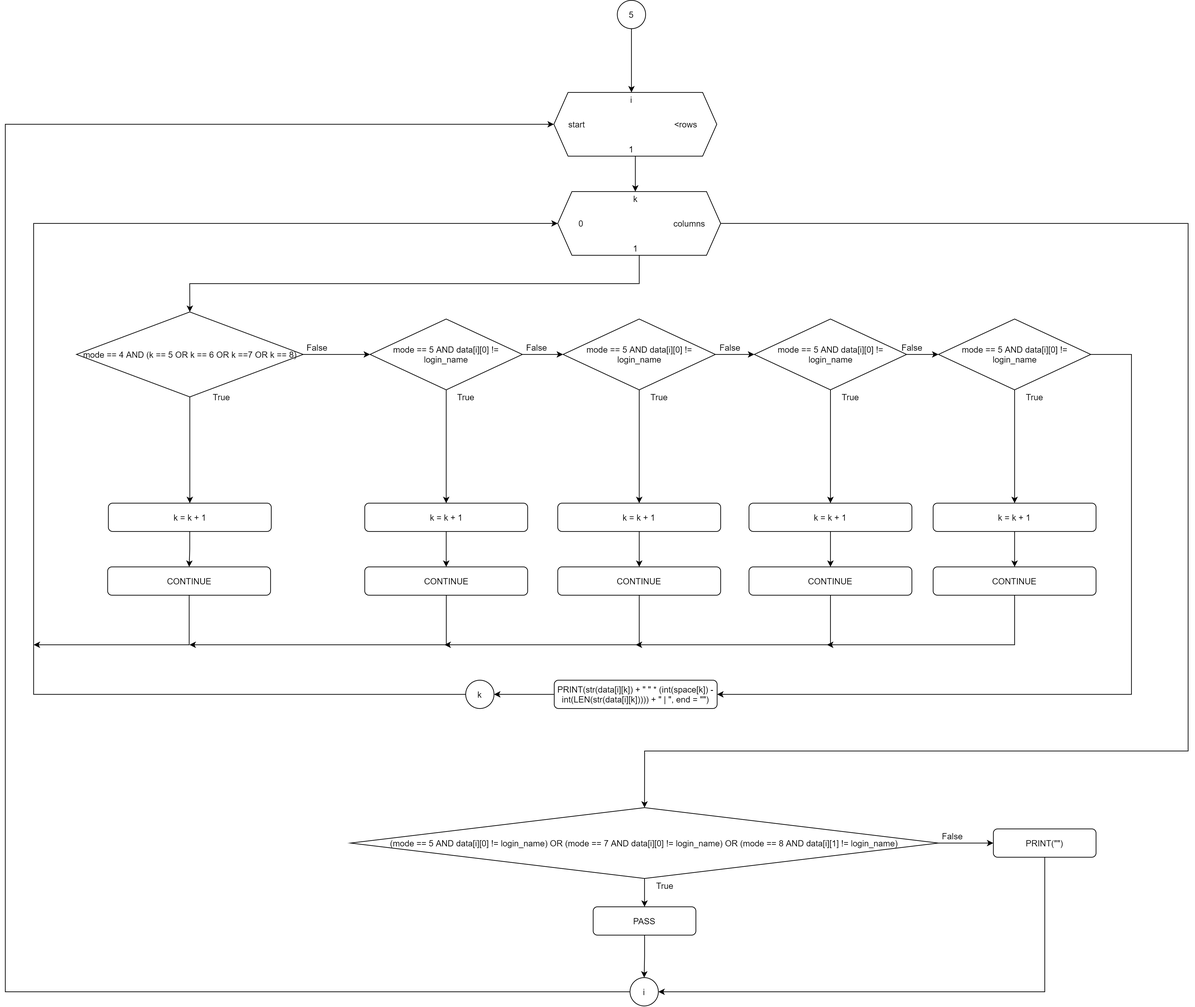
RabbitBear00/Car-Rental-System keeps this draw.io diagram as Flowchart/default/print_table-Page-2.png. Above is the earlier version. Source tidied: cells renumbered, new cells last; positions are measured from the earlier drawing's top-left corner, leaving out a move shared by most shapes.
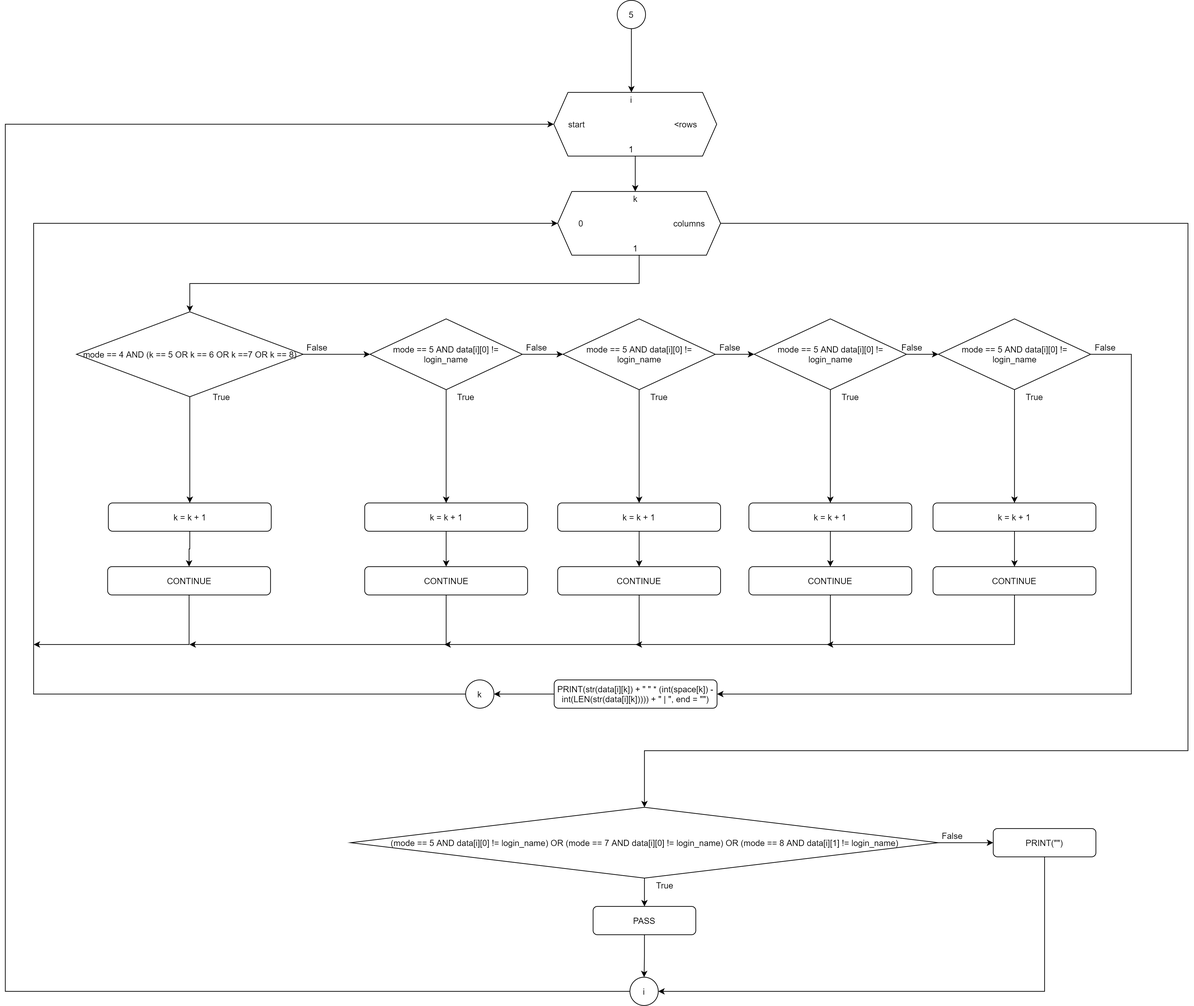
Above is the later version.

Diff of the diagram source:
```diff
@@ -285,5 +285,8 @@
     <mxCell id="77" value="False" style="text;html=1;align=center;verticalAlign=middle;strokeColor=none;" parent="1" vertex="1">
       <mxGeometry x="1317" y="1170" width="40" height="20" as="geometry" />
     </mxCell>
+    <mxCell id="78" value="False" style="text;html=1;align=center;verticalAlign=middle;strokeColor=none;" parent="1" vertex="1">
+      <mxGeometry x="1533" y="480" width="40" height="20" as="geometry" />
+    </mxCell>
   </root>
 </mxGraphModel>
```
